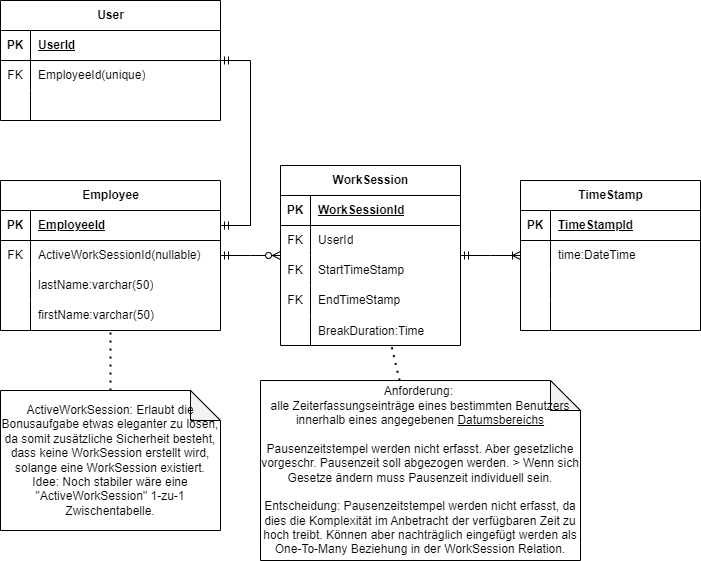
Harriss1/stempeluhr keeps this draw.io diagram as timetracker/docu/timetracker-datamodell.png. Above is the earlier version. Source tidied: cells renumbered, new cells last; positions are measured from the earlier drawing's top-left corner, leaving out a move shared by most shapes.
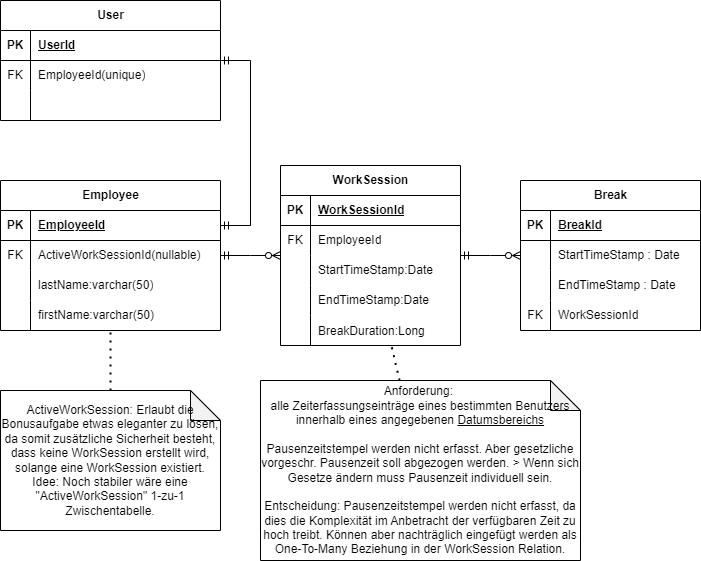
Later version of the same file.

The edit, as a diff of the source:
```diff
@@ -41,7 +41,7 @@
     <mxCell id="14" value="firstName:varchar(50)" style="shape=partialRectangle;fillColor=none;top=0;left=0;bottom=0;right=0;align=left;spacingLeft=6;overflow=hidden;whiteSpace=wrap;html=1;" parent="12" vertex="1">
       <mxGeometry x="30" width="190" height="30" as="geometry" />
     </mxCell>
-    <mxCell id="15" value="TimeStamp" style="shape=table;startSize=30;rowLines=0;fontStyle=1;align=center;html=1;" parent="1" vertex="1">
+    <mxCell id="15" value="Break" style="shape=table;startSize=30;rowLines=0;fontStyle=1;align=center;html=1;" parent="1" vertex="1">
       <mxGeometry x="520" y="180" width="180" height="150" as="geometry" />
     </mxCell>
     <mxCell id="16" style="shape=tableRow;horizontal=0;startSize=0;swimlaneHead=0;swimlaneBody=0;fillColor=none;top=0;left=0;right=0;bottom=1;" parent="15" vertex="1">
@@ -50,7 +50,7 @@
     <mxCell id="17" value="PK" style="shape=partialRectangle;fillColor=none;top=0;left=0;bottom=0;right=0;fontStyle=1;overflow=hidden;whiteSpace=wrap;html=1;" parent="16" vertex="1">
       <mxGeometry width="30" height="30" as="geometry" />
     </mxCell>
-    <mxCell id="18" value="TimeStampId" style="shape=partialRectangle;fillColor=none;top=0;left=0;bottom=0;right=0;align=left;spacingLeft=6;fontStyle=5;overflow=hidden;whiteSpace=wrap;html=1;" parent="16" vertex="1">
+    <mxCell id="18" value="BreakId" style="shape=partialRectangle;fillColor=none;top=0;left=0;bottom=0;right=0;align=left;spacingLeft=6;fontStyle=5;overflow=hidden;whiteSpace=wrap;html=1;" parent="16" vertex="1">
       <mxGeometry x="30" width="150" height="30" as="geometry" />
     </mxCell>
     <mxCell id="19" style="shape=tableRow;horizontal=0;startSize=0;swimlaneHead=0;swimlaneBody=0;fillColor=none;top=0;left=0;right=0;bottom=0;" parent="15" vertex="1">
@@ -59,7 +59,7 @@
     <mxCell id="20" style="shape=partialRectangle;fillColor=none;top=0;left=0;bottom=0;right=0;overflow=hidden;whiteSpace=wrap;html=1;" parent="19" vertex="1">
       <mxGeometry width="30" height="30" as="geometry" />
     </mxCell>
-    <mxCell id="21" value="time:DateTime" style="shape=partialRectangle;fillColor=none;top=0;left=0;bottom=0;right=0;align=left;spacingLeft=6;overflow=hidden;whiteSpace=wrap;html=1;" parent="19" vertex="1">
+    <mxCell id="21" value="StartTimeStamp : Date" style="shape=partialRectangle;fillColor=none;top=0;left=0;bottom=0;right=0;align=left;spacingLeft=6;overflow=hidden;whiteSpace=wrap;html=1;" parent="19" vertex="1">
       <mxGeometry x="30" width="150" height="30" as="geometry" />
     </mxCell>
     <mxCell id="22" style="shape=tableRow;horizontal=0;startSize=0;swimlaneHead=0;swimlaneBody=0;fillColor=none;top=0;left=0;right=0;bottom=0;" parent="15" vertex="1">
@@ -68,16 +68,16 @@
     <mxCell id="23" style="shape=partialRectangle;fillColor=none;top=0;left=0;bottom=0;right=0;overflow=hidden;whiteSpace=wrap;html=1;" parent="22" vertex="1">
       <mxGeometry width="30" height="30" as="geometry" />
     </mxCell>
-    <mxCell id="24" style="shape=partialRectangle;fillColor=none;top=0;left=0;bottom=0;right=0;align=left;spacingLeft=6;overflow=hidden;whiteSpace=wrap;html=1;" parent="22" vertex="1">
+    <mxCell id="24" value="EndTimeStamp : Date" style="shape=partialRectangle;fillColor=none;top=0;left=0;bottom=0;right=0;align=left;spacingLeft=6;overflow=hidden;whiteSpace=wrap;html=1;" parent="22" vertex="1">
       <mxGeometry x="30" width="150" height="30" as="geometry" />
     </mxCell>
     <mxCell id="25" style="shape=tableRow;horizontal=0;startSize=0;swimlaneHead=0;swimlaneBody=0;fillColor=none;top=0;left=0;right=0;bottom=0;" parent="15" vertex="1">
       <mxGeometry y="120" width="180" height="30" as="geometry" />
     </mxCell>
-    <mxCell id="26" style="shape=partialRectangle;fillColor=none;top=0;left=0;bottom=0;right=0;overflow=hidden;whiteSpace=wrap;html=1;" parent="25" vertex="1">
+    <mxCell id="26" value="FK" style="shape=partialRectangle;fillColor=none;top=0;left=0;bottom=0;right=0;overflow=hidden;whiteSpace=wrap;html=1;" parent="25" vertex="1">
       <mxGeometry width="30" height="30" as="geometry" />
     </mxCell>
-    <mxCell id="27" style="shape=partialRectangle;fillColor=none;top=0;left=0;bottom=0;right=0;align=left;spacingLeft=6;overflow=hidden;whiteSpace=wrap;html=1;" parent="25" vertex="1">
+    <mxCell id="27" value="WorkSessionId" style="shape=partialRectangle;fillColor=none;top=0;left=0;bottom=0;right=0;align=left;spacingLeft=6;overflow=hidden;whiteSpace=wrap;html=1;" parent="25" vertex="1">
       <mxGeometry x="30" width="150" height="30" as="geometry" />
     </mxCell>
     <mxCell id="28" value="Anforderung:&amp;nbsp;&lt;div&gt;&lt;span style=&quot;background-color: transparent; color: light-dark(rgb(0, 0, 0), rgb(255, 255, 255));&quot;&gt;alle Zeiterfassungseinträge eines&amp;nbsp;&lt;/span&gt;&lt;span style=&quot;background-color: transparent; color: light-dark(rgb(0, 0, 0), rgb(255, 255, 255));&quot;&gt;bestimmten Benutzers innerhalb eines angegebenen &lt;u&gt;Datumsbereichs&lt;/u&gt;&lt;/span&gt;&lt;/div&gt;&lt;div&gt;&lt;br&gt;&lt;/div&gt;&lt;div&gt;Pausenzeitstempel werden nicht erfasst. Aber gesetzliche vorgeschr. Pausenzeit soll abgezogen werden. &amp;gt; Wenn sich Gesetze ändern muss Pausenzeit individuell sein.&lt;/div&gt;&lt;div&gt;&lt;br&gt;&lt;/div&gt;&lt;div&gt;Entscheidung: Pausenzeitstempel werden nicht erfasst, da dies die Komplexität im Anbetracht der verfügbaren Zeit zu hoch treibt. Können aber nachträglich eingefügt werden als One-To-Many Beziehung in der WorkSession Relation.&lt;/div&gt;" style="shape=note;whiteSpace=wrap;html=1;backgroundOutline=1;darkOpacity=0.05;" parent="1" vertex="1">
@@ -101,25 +101,25 @@
     <mxCell id="34" value="FK" style="shape=partialRectangle;fillColor=none;top=0;left=0;bottom=0;right=0;overflow=hidden;whiteSpace=wrap;html=1;" parent="33" vertex="1">
       <mxGeometry width="30" height="30" as="geometry" />
     </mxCell>
-    <mxCell id="35" value="UserId" style="shape=partialRectangle;fillColor=none;top=0;left=0;bottom=0;right=0;align=left;spacingLeft=6;overflow=hidden;whiteSpace=wrap;html=1;" parent="33" vertex="1">
+    <mxCell id="35" value="EmployeeId" style="shape=partialRectangle;fillColor=none;top=0;left=0;bottom=0;right=0;align=left;spacingLeft=6;overflow=hidden;whiteSpace=wrap;html=1;" parent="33" vertex="1">
       <mxGeometry x="30" width="150" height="30" as="geometry" />
     </mxCell>
     <mxCell id="36" style="shape=tableRow;horizontal=0;startSize=0;swimlaneHead=0;swimlaneBody=0;fillColor=none;top=0;left=0;right=0;bottom=0;" parent="29" vertex="1">
       <mxGeometry y="90" width="180" height="30" as="geometry" />
     </mxCell>
-    <mxCell id="37" value="FK" style="shape=partialRectangle;fillColor=none;top=0;left=0;bottom=0;right=0;overflow=hidden;whiteSpace=wrap;html=1;" parent="36" vertex="1">
+    <mxCell id="37" style="shape=partialRectangle;fillColor=none;top=0;left=0;bottom=0;right=0;overflow=hidden;whiteSpace=wrap;html=1;" parent="36" vertex="1">
       <mxGeometry width="30" height="30" as="geometry" />
     </mxCell>
-    <mxCell id="38" value="StartTimeStamp" style="shape=partialRectangle;fillColor=none;top=0;left=0;bottom=0;right=0;align=left;spacingLeft=6;overflow=hidden;whiteSpace=wrap;html=1;" parent="36" vertex="1">
+    <mxCell id="38" value="StartTimeStamp:Date" style="shape=partialRectangle;fillColor=none;top=0;left=0;bottom=0;right=0;align=left;spacingLeft=6;overflow=hidden;whiteSpace=wrap;html=1;" parent="36" vertex="1">
       <mxGeometry x="30" width="150" height="30" as="geometry" />
     </mxCell>
     <mxCell id="39" style="shape=tableRow;horizontal=0;startSize=0;swimlaneHead=0;swimlaneBody=0;fillColor=none;top=0;left=0;right=0;bottom=0;" parent="29" vertex="1">
       <mxGeometry y="120" width="180" height="30" as="geometry" />
     </mxCell>
-    <mxCell id="40" value="FK" style="shape=partialRectangle;fillColor=none;top=0;left=0;bottom=0;right=0;overflow=hidden;whiteSpace=wrap;html=1;" parent="39" vertex="1">
+    <mxCell id="40" style="shape=partialRectangle;fillColor=none;top=0;left=0;bottom=0;right=0;overflow=hidden;whiteSpace=wrap;html=1;" parent="39" vertex="1">
       <mxGeometry width="30" height="30" as="geometry" />
     </mxCell>
-    <mxCell id="41" value="EndTimeStamp" style="shape=partialRectangle;fillColor=none;top=0;left=0;bottom=0;right=0;align=left;spacingLeft=6;overflow=hidden;whiteSpace=wrap;html=1;" parent="39" vertex="1">
+    <mxCell id="41" value="EndTimeStamp:Date" style="shape=partialRectangle;fillColor=none;top=0;left=0;bottom=0;right=0;align=left;spacingLeft=6;overflow=hidden;whiteSpace=wrap;html=1;" parent="39" vertex="1">
       <mxGeometry x="30" width="150" height="30" as="geometry" />
     </mxCell>
     <mxCell id="42" style="shape=tableRow;horizontal=0;startSize=0;swimlaneHead=0;swimlaneBody=0;fillColor=none;top=0;left=0;right=0;bottom=0;" parent="29" vertex="1">
@@ -128,13 +128,13 @@
     <mxCell id="43" style="shape=partialRectangle;fillColor=none;top=0;left=0;bottom=0;right=0;overflow=hidden;" parent="42" vertex="1">
       <mxGeometry width="30" height="30" as="geometry" />
     </mxCell>
-    <mxCell id="44" value="BreakDuration:Time" style="shape=partialRectangle;fillColor=none;top=0;left=0;bottom=0;right=0;align=left;spacingLeft=6;overflow=hidden;" parent="42" vertex="1">
+    <mxCell id="44" value="BreakDuration:Long" style="shape=partialRectangle;fillColor=none;top=0;left=0;bottom=0;right=0;align=left;spacingLeft=6;overflow=hidden;" parent="42" vertex="1">
       <mxGeometry x="30" width="150" height="30" as="geometry" />
     </mxCell>
     <mxCell id="45" style="edgeStyle=entityRelationEdgeStyle;fontSize=12;html=1;endArrow=ERzeroToMany;endFill=1;rounded=0;startArrow=ERmandOne;startFill=0;" parent="1" edge="1" source="2" target="29">
       <mxGeometry relative="1" as="geometry" />
     </mxCell>
-    <mxCell id="46" style="edgeStyle=entityRelationEdgeStyle;fontSize=12;html=1;endArrow=ERoneToMany;startArrow=ERmandOne;rounded=0;" parent="1" edge="1" source="29" target="15">
+    <mxCell id="46" style="edgeStyle=entityRelationEdgeStyle;fontSize=12;html=1;endArrow=ERzeroToMany;startArrow=ERmandOne;rounded=0;endFill=0;" parent="1" edge="1" source="29" target="15">
       <mxGeometry relative="1" as="geometry" />
     </mxCell>
     <mxCell id="47" value="ActiveWorkSession: Erlaubt die Bonusaufgabe etwas eleganter zu lösen, da somit zusätzliche Sicherheit besteht, dass keine WorkSession erstellt wird, solange eine WorkSession existiert.&lt;div&gt;Idee: Noch stabiler wäre eine &quot;ActiveWorkSession&quot; 1-zu-1 Zwischentabelle.&lt;/div&gt;" style="shape=note;whiteSpace=wrap;html=1;backgroundOutline=1;darkOpacity=0.05;" parent="1" vertex="1">
```
